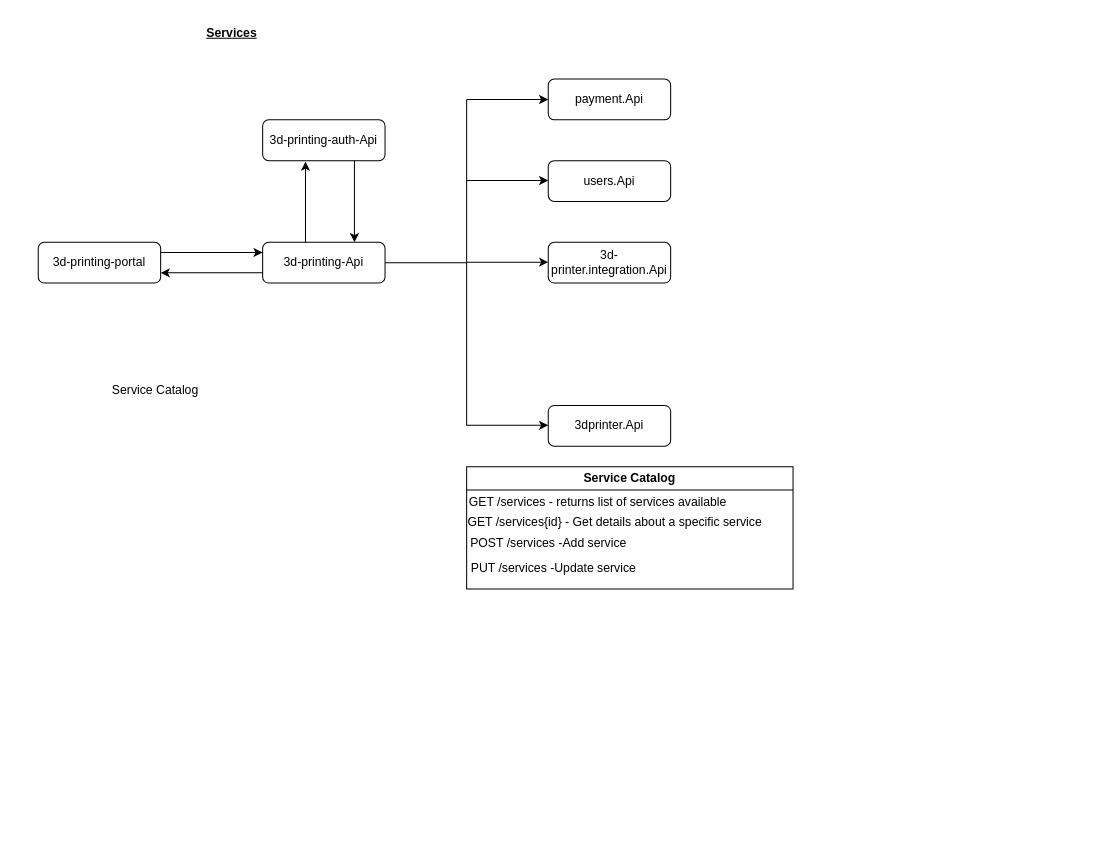
Before: 3dPrintingApplicationDesign.drawio in SifisoMzansi/architecture-diagrams, a draw.io diagram. Source tidied: cells renumbered, new cells numbered last; positions are measured from the earlier drawing's top-left corner, leaving out a move shared by most shapes. Both pictures are drawn from the tidied source at 102%, with x=0, y=0 at pixel (38, 17).
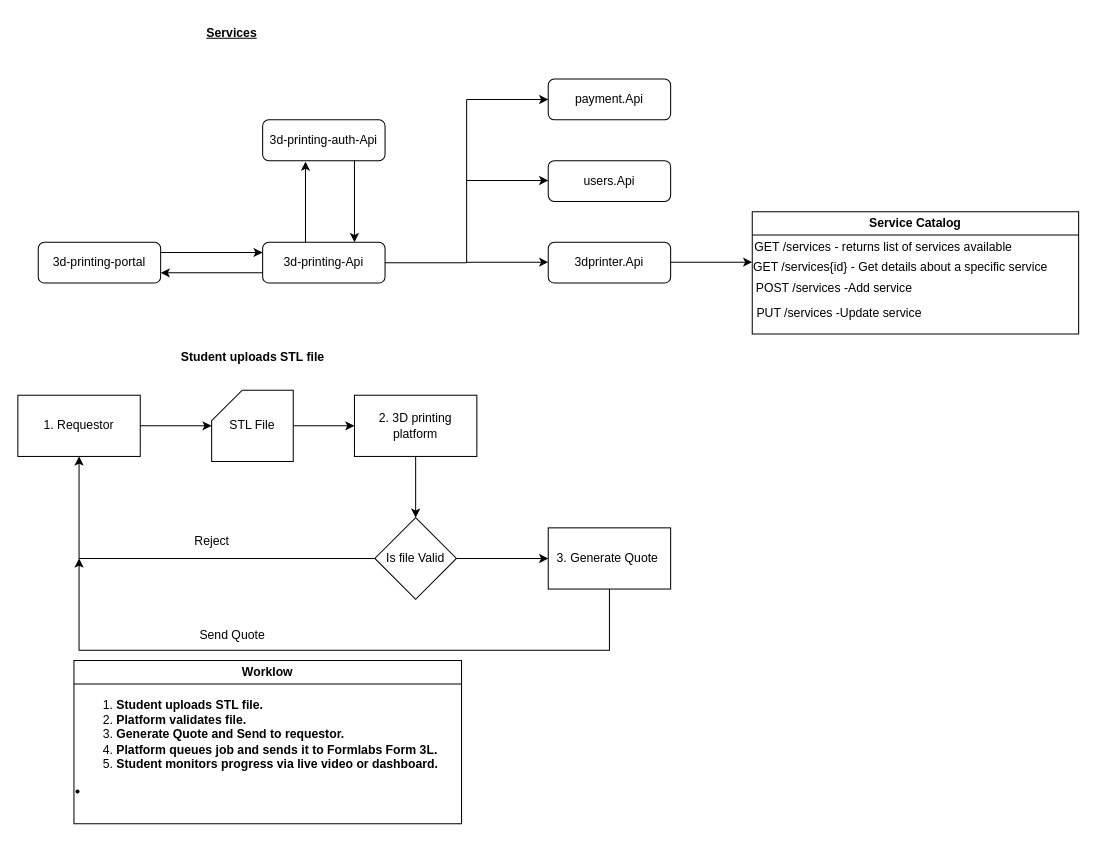
The same diagram, later.

Diff of the diagram source:
```diff
@@
     <mxCell id="10" value="3dprinter.Api" style="rounded=1;whiteSpace=wrap;html=1;" parent="1" vertex="1">
-      <mxGeometry x="500" y="380" width="120" height="40" as="geometry" />
+      <mxGeometry x="500" y="220" width="120" height="40" as="geometry" />
     </mxCell>
     <mxCell id="11" style="endArrow=none;html=1;rounded=0;" parent="1" edge="1">
       <mxGeometry relative="1" as="geometry">
-        <mxPoint x="420" y="400" as="sourcePoint" />
+        <mxPoint x="420" y="240" as="sourcePoint" />
         <mxPoint x="420" y="80" as="targetPoint" />
       </mxGeometry>
     </mxCell>
@@
     <mxCell id="14" style="endArrow=classic;html=1;rounded=0;entryX=0;entryY=0.5;entryDx=0;entryDy=0;" parent="1" edge="1">
       <mxGeometry relative="1" as="geometry">
-        <mxPoint x="420" y="399.5" as="sourcePoint" />
-        <mxPoint x="500" y="399.5" as="targetPoint" />
+        <mxPoint x="420" y="239.5" as="sourcePoint" />
+        <mxPoint x="500" y="239.5" as="targetPoint" />
       </mxGeometry>
     </mxCell>
@@
-    <mxCell id="18" value="3d-printer.integration.Api" style="rounded=1;whiteSpace=wrap;html=1;" parent="1" vertex="1">
-      <mxGeometry x="500" y="220" width="120" height="40" as="geometry" />
-    </mxCell>
-    <mxCell id="19" style="endArrow=classic;html=1;rounded=0;entryX=0;entryY=0.5;entryDx=0;entryDy=0;" parent="1" edge="1">
-      <mxGeometry relative="1" as="geometry">
-        <mxPoint x="420" y="239.5" as="sourcePoint" />
-        <mxPoint x="500" y="239.5" as="targetPoint" />
-      </mxGeometry>
-    </mxCell>
-    <mxCell id="20" value="Service Catalog" style="text;html=1;align=center;verticalAlign=middle;whiteSpace=wrap;rounded=0;" parent="1" vertex="1">
-      <mxGeometry x="40" y="350" width="150" height="30" as="geometry" />
-    </mxCell>
     <mxCell id="21" value="Service Catalog" style="swimlane;whiteSpace=wrap;html=1;" parent="1" vertex="1">
-      <mxGeometry x="420" y="440" width="320" height="120" as="geometry" />
+      <mxGeometry x="700" y="190" width="320" height="120" as="geometry" />
     </mxCell>
@@
+    <mxCell id="26" style="endArrow=classic;html=1;rounded=0;entryX=0;entryY=0.5;entryDx=0;entryDy=0;" parent="1" edge="1">
+      <mxGeometry relative="1" as="geometry">
+        <mxPoint x="620" y="239.5" as="sourcePoint" />
+        <mxPoint x="700" y="239.5" as="targetPoint" />
+      </mxGeometry>
+    </mxCell>
+    <mxCell id="27" value="Worklow" style="swimlane;whiteSpace=wrap;html=1;" parent="1" vertex="1">
+      <mxGeometry x="35" y="630" width="380" height="160" as="geometry" />
+    </mxCell>
+    <mxCell id="28" value="&lt;ol&gt;&lt;li&gt;&lt;strong style=&quot;background-color: initial;&quot;&gt;Student uploads STL file.&lt;/strong&gt;&lt;/li&gt;&lt;li&gt;&lt;strong&gt;Platform validates file.&lt;/strong&gt;&lt;/li&gt;&lt;li&gt;&lt;b&gt;Generate Quote and Send to requestor.&lt;/b&gt;&lt;/li&gt;&lt;li&gt;&lt;strong&gt;Platform queues job and sends it to Formlabs Form 3L.&lt;/strong&gt;&lt;/li&gt;&lt;li&gt;&lt;strong&gt;Student monitors progress via live video or dashboard.&lt;/strong&gt;&lt;/li&gt;&lt;/ol&gt;&lt;li&gt;&lt;/li&gt;" style="text;html=1;align=left;verticalAlign=middle;strokeColor=none;fillColor=none;" parent="27" vertex="1">
+      <mxGeometry y="20" width="380" height="120" as="geometry" />
+    </mxCell>
+    <mxCell id="29" style="edgeStyle=orthogonalEdgeStyle;rounded=0;jettySize=auto;html=1;" parent="1" edge="1" source="30" target="34">
+      <mxGeometry relative="1" as="geometry" />
+    </mxCell>
+    <mxCell id="30" value="1. Requestor" style="rounded=0;whiteSpace=wrap;html=1;" parent="1" vertex="1">
+      <mxGeometry x="-20" y="370" width="120" height="60" as="geometry" />
+    </mxCell>
+    <mxCell id="31" style="edgeStyle=orthogonalEdgeStyle;rounded=0;jettySize=auto;html=1;entryX=0.5;entryY=0;entryDx=0;entryDy=0;" parent="1" edge="1" source="32" target="38">
+      <mxGeometry relative="1" as="geometry" />
+    </mxCell>
+    <mxCell id="32" value="2. 3D printing platform" style="rounded=0;whiteSpace=wrap;html=1;" parent="1" vertex="1">
+      <mxGeometry x="310" y="370" width="120" height="60" as="geometry" />
+    </mxCell>
+    <mxCell id="33" style="edgeStyle=orthogonalEdgeStyle;rounded=0;jettySize=auto;html=1;entryX=0;entryY=0.5;entryDx=0;entryDy=0;" parent="1" edge="1" source="34" target="32">
+      <mxGeometry relative="1" as="geometry" />
+    </mxCell>
+    <mxCell id="34" value="STL File" style="shape=card;whiteSpace=wrap;html=1;" parent="1" vertex="1">
+      <mxGeometry x="170" y="365" width="80" height="70" as="geometry" />
+    </mxCell>
+    <mxCell id="35" value="&lt;strong style=&quot;background-color: initial;&quot;&gt;Student uploads STL file&lt;br&gt;&lt;/strong&gt;" style="text;html=1;align=center;verticalAlign=middle;strokeColor=none;fillColor=none;" parent="1" vertex="1">
+      <mxGeometry x="130" y="318" width="160" height="30" as="geometry" />
+    </mxCell>
+    <mxCell id="36" style="edgeStyle=orthogonalEdgeStyle;rounded=0;jettySize=auto;html=1;entryX=0.5;entryY=1;entryDx=0;entryDy=0;" parent="1" edge="1" source="38" target="30">
+      <mxGeometry relative="1" as="geometry" />
+    </mxCell>
+    <mxCell id="37" style="edgeStyle=orthogonalEdgeStyle;rounded=0;jettySize=auto;html=1;entryX=0;entryY=0.5;entryDx=0;entryDy=0;" parent="1" edge="1" source="38" target="41">
+      <mxGeometry relative="1" as="geometry" />
+    </mxCell>
+    <mxCell id="38" value="Is file Valid" style="rhombus;whiteSpace=wrap;html=1;" parent="1" vertex="1">
+      <mxGeometry x="330" y="490" width="80" height="80" as="geometry" />
+    </mxCell>
+    <mxCell id="39" value="Reject" style="text;html=1;align=center;verticalAlign=middle;strokeColor=none;fillColor=none;" parent="1" vertex="1">
+      <mxGeometry x="140" y="498" width="60" height="30" as="geometry" />
+    </mxCell>
+    <mxCell id="40" style="edgeStyle=orthogonalEdgeStyle;rounded=0;jettySize=auto;html=1;" parent="1" edge="1" source="41">
+      <mxGeometry relative="1" as="geometry">
+        <mxPoint x="40" y="530" as="targetPoint" />
+        <Array as="points">
+          <mxPoint x="560" y="620" />
+        </Array>
+      </mxGeometry>
+    </mxCell>
+    <mxCell id="41" value="3. Generate Quote&amp;nbsp;" style="rounded=0;whiteSpace=wrap;html=1;" parent="1" vertex="1">
+      <mxGeometry x="500" y="500" width="120" height="60" as="geometry" />
+    </mxCell>
+    <mxCell id="42" value="Send Quote" style="text;html=1;align=center;verticalAlign=middle;strokeColor=none;fillColor=none;" parent="1" vertex="1">
+      <mxGeometry x="145" y="590" width="90" height="30" as="geometry" />
+    </mxCell>
```
